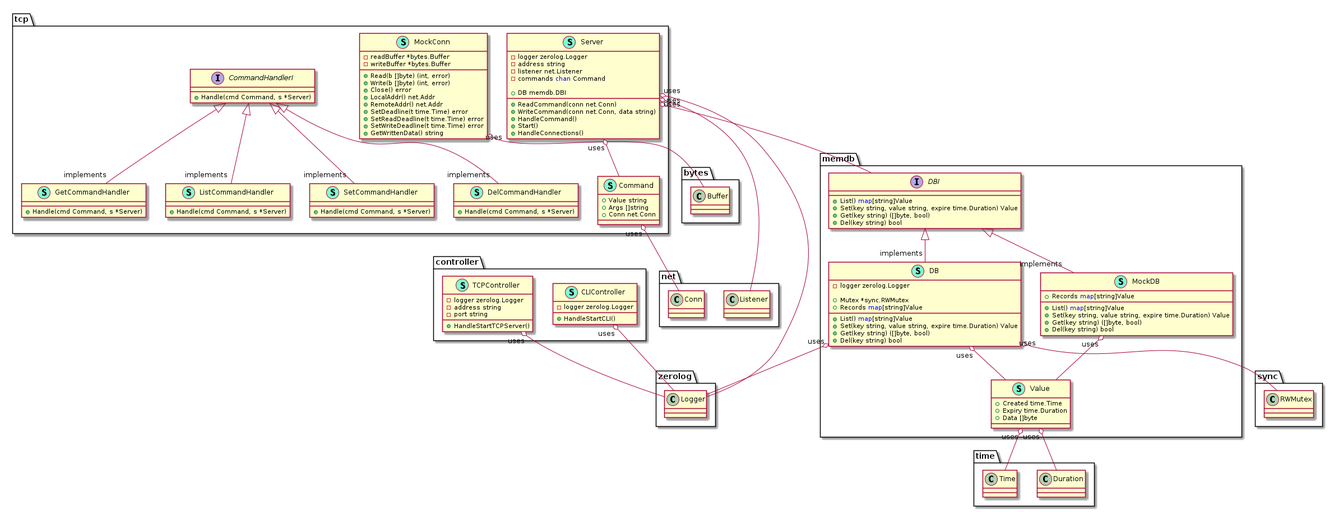
Above: serverClassDiagram.png in gijsdb/go-mem-db (PlantUML), before the change.
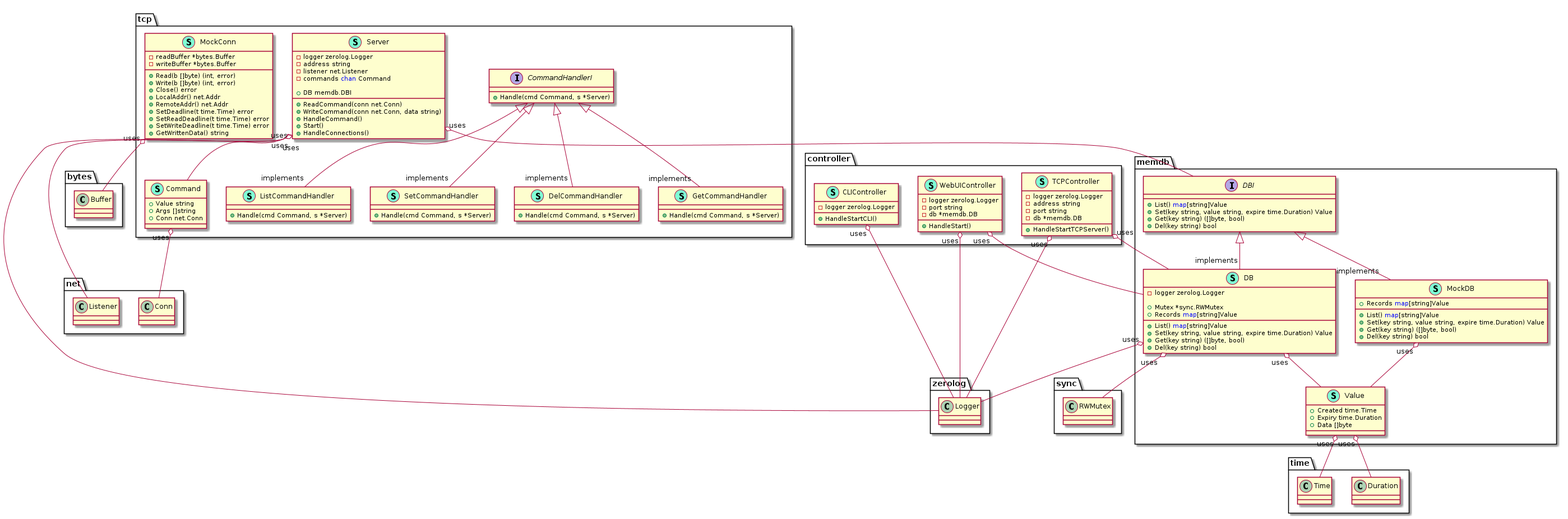
The same diagram one commit later.

What changed in the source:
```diff
@@ -10,15 +10,27 @@
         - logger zerolog.Logger
         - address string
         - port string
+        - db *memdb.DB
 
         + HandleStartTCPServer()
+
+    }
+    class WebUIController << (S,Aquamarine) >> {
+        - logger zerolog.Logger
+        - port string
+        - db *memdb.DB
+
+        + HandleStart()
 
     }
 }
 
 
 "controller.CLIController""uses" o-- "zerolog.Logger"
+"controller.TCPController""uses" o-- "memdb.DB"
 "controller.TCPController""uses" o-- "zerolog.Logger"
+"controller.WebUIController""uses" o-- "memdb.DB"
+"controller.WebUIController""uses" o-- "zerolog.Logger"
 
 namespace memdb {
     class DB << (S,Aquamarine) >> {
```
